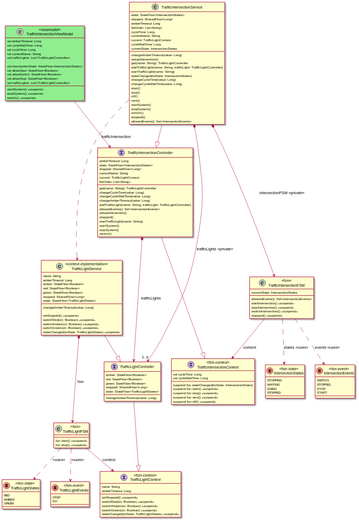
open-jumpco/kfsm-mpp-compose-traffic keeps this PlantUML diagram as traffic-intersection-complete.svg. Above is the earlier version.
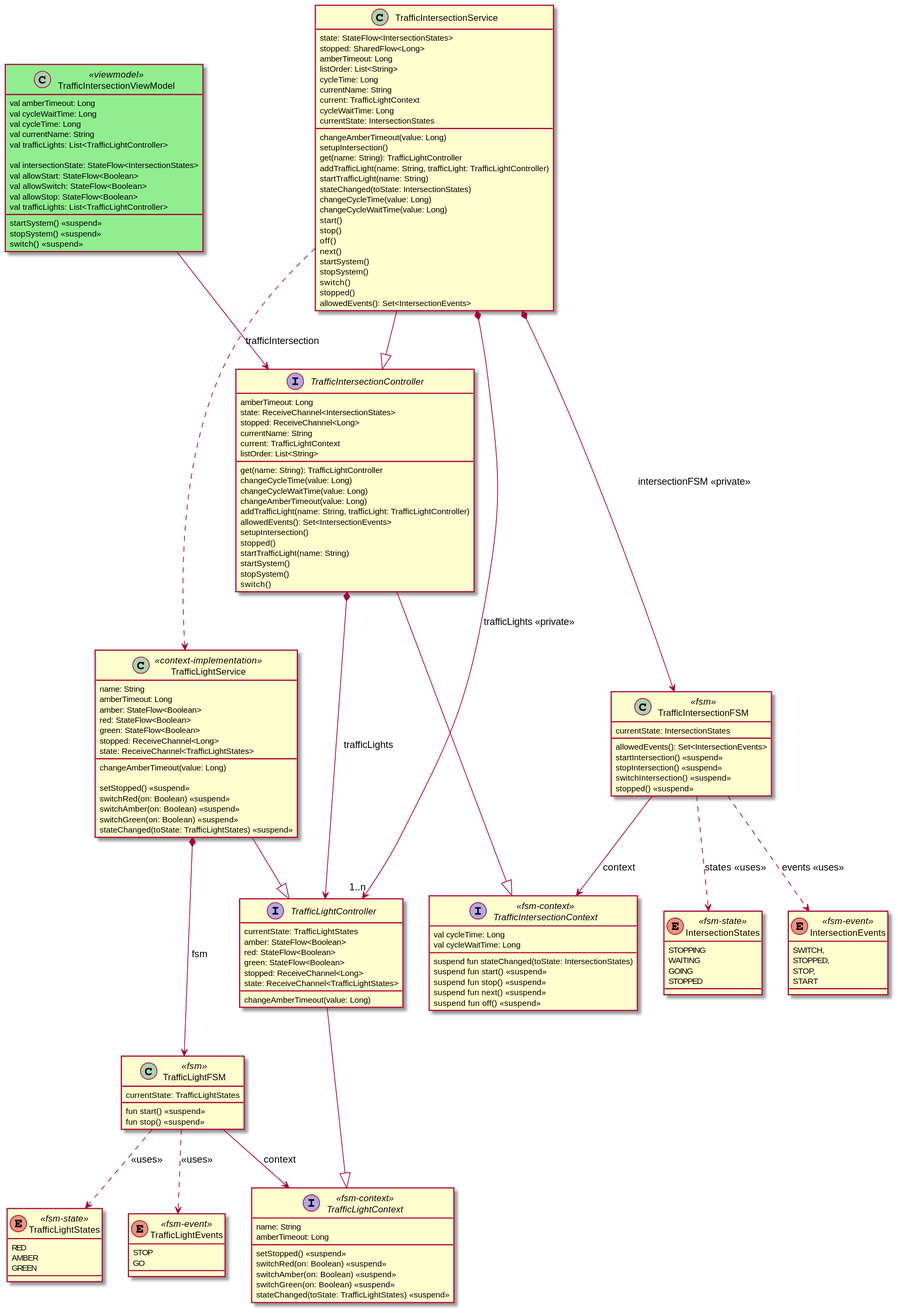
Above is the later version.

The edit, as a diff of the source:
```diff
@@ -21,16 +21,18 @@
 }
 
 interface TrafficLightController {
+    currentState: TrafficLightStates
     amber: StateFlow<Boolean>
     red: StateFlow<Boolean>
     green: StateFlow<Boolean>
-    stopped: SharedFlow<Long>
-    state: StateFlow<TrafficLightStates>
+    stopped: ReceiveChannel<Long>
+    state: ReceiveChannel<TrafficLightStates>
     changeAmberTimeout(value: Long)
 }
 TrafficLightController -|> TrafficLightContext
 
 class TrafficLightFSM <<fsm>> {
+    currentState: TrafficLightStates
     fun start() <<suspend>>
     fun stop() <<suspend>>
 }
@@ -45,8 +47,8 @@
     amber: StateFlow<Boolean>
     red: StateFlow<Boolean>
     green: StateFlow<Boolean>
-    stopped: SharedFlow<Long>
-    state: StateFlow<TrafficLightStates>
+    stopped: ReceiveChannel<Long>
+    state: ReceiveChannel<TrafficLightStates>
     changeAmberTimeout(value: Long)
 
     setStopped() <<suspend>>
@@ -99,8 +101,8 @@
 
 interface TrafficIntersectionController {
     amberTimeout: Long
-    state: StateFlow<IntersectionStates>
-    stopped: SharedFlow<Long>
+    state: ReceiveChannel<IntersectionStates>
+    stopped: ReceiveChannel<Long>
     currentName: String
     current: TrafficLightContext
     listOrder: List<String>
```
